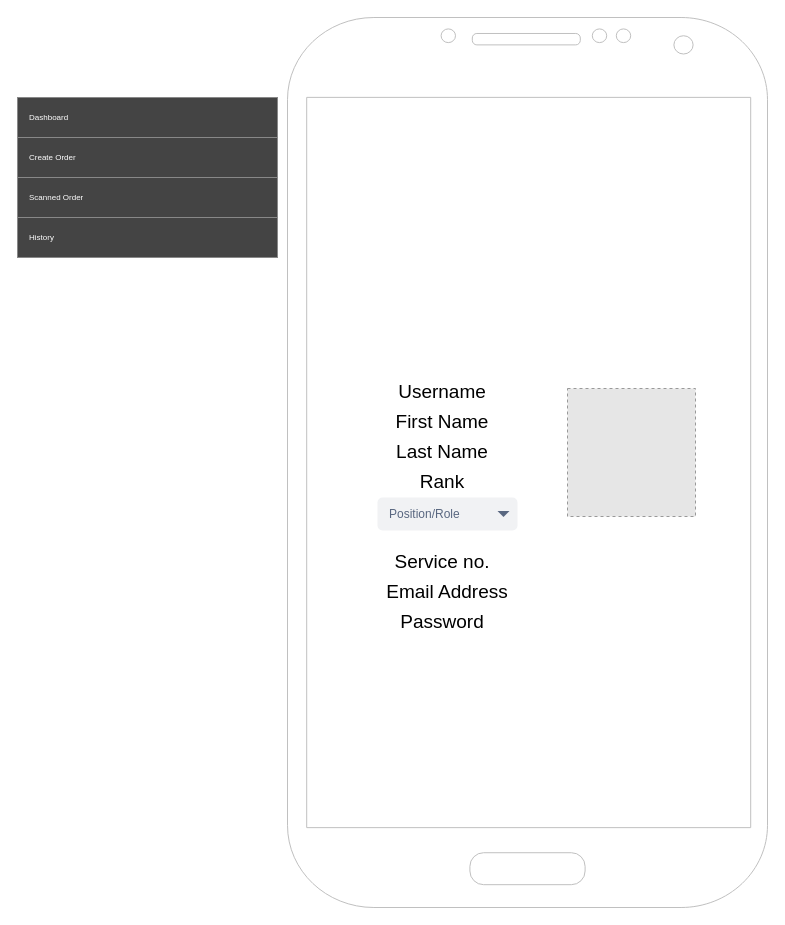
The draw.io diagram page "Registration" (7 of 7) of Documentation/Wireframes/NFS Mobile App.drawio in ThatOneGal/NavyFoodSecurity, before the edit. Source tidied: cells renumbered, new cells numbered last; positions are measured from the earlier drawing's top-left corner, leaving out a move shared by most shapes. Both pictures are drawn from the tidied source at 100%, with x=0, y=0 at pixel (17, 17). Pictures stored in the file or linked from it are replaced by grey dashed boxes.
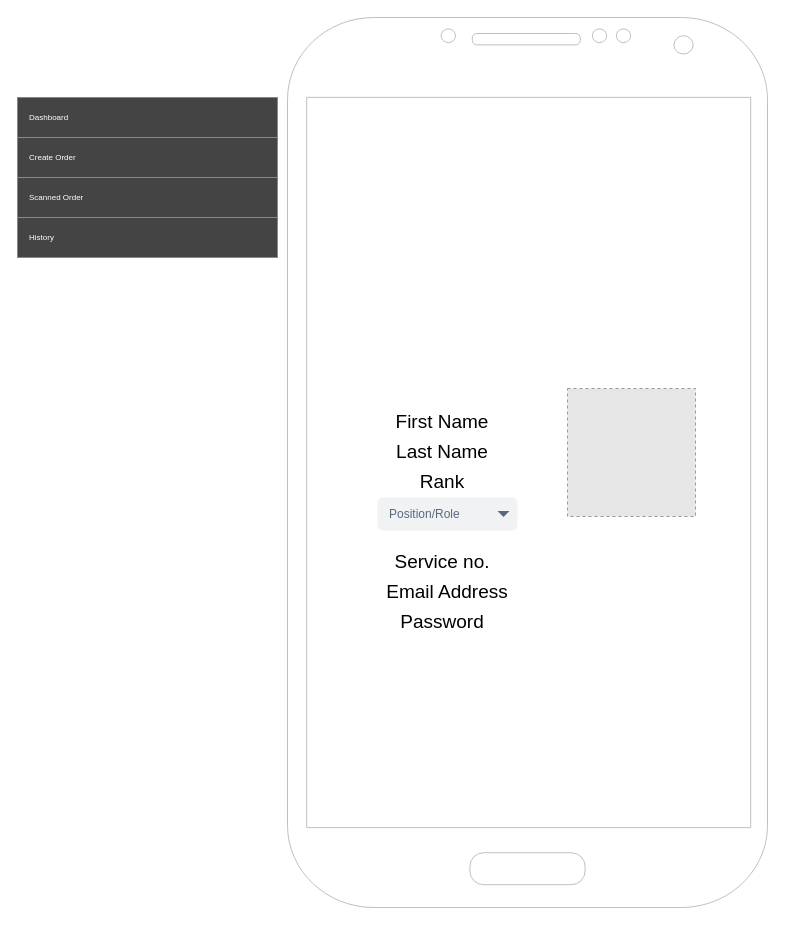
The same diagram, later.

Change to the diagram source:
```diff
@@
 <mxGraphModel>
   <root>
     <mxCell id="0" />
     <mxCell id="1" parent="0" />
     <mxCell id="2" style="verticalLabelPosition=bottom;verticalAlign=top;html=1;shadow=0;dashed=0;strokeWidth=1;shape=mxgraph.android.phone2;strokeColor=#c0c0c0;" parent="1" vertex="1">
       <mxGeometry x="270" width="480" height="890" as="geometry" />
     </mxCell>
     <mxCell id="3" style="strokeWidth=1;html=1;shadow=0;dashed=0;shape=mxgraph.android.rrect;rSize=0;strokeColor=#888888;fillColor=#444444;" parent="1" vertex="1">
       <mxGeometry y="80" width="260" height="160" as="geometry" />
     </mxCell>
     <mxCell id="4" value="Dashboard" style="strokeColor=inherit;fillColor=inherit;gradientColor=inherit;strokeWidth=1;html=1;shadow=0;dashed=0;shape=mxgraph.android.rrect;rSize=0;align=left;spacingLeft=10;fontSize=8;fontColor=#ffffff;" parent="3" vertex="1">
       <mxGeometry width="260" height="40" as="geometry" />
     </mxCell>
     <mxCell id="5" value="Create Order" style="strokeColor=inherit;fillColor=inherit;gradientColor=inherit;strokeWidth=1;html=1;shadow=0;dashed=0;shape=mxgraph.android.rrect;rSize=0;align=left;spacingLeft=10;fontSize=8;fontColor=#ffffff;" parent="3" vertex="1">
       <mxGeometry y="40" width="260" height="40" as="geometry" />
     </mxCell>
     <mxCell id="6" value="Scanned Order" style="strokeColor=inherit;fillColor=inherit;gradientColor=inherit;strokeWidth=1;html=1;shadow=0;dashed=0;shape=mxgraph.android.rrect;rSize=0;align=left;spacingLeft=10;fontSize=8;fontColor=#ffffff;" parent="3" vertex="1">
       <mxGeometry y="80" width="260" height="40" as="geometry" />
     </mxCell>
     <mxCell id="7" value="History" style="strokeColor=inherit;fillColor=inherit;gradientColor=inherit;strokeWidth=1;html=1;shadow=0;dashed=0;shape=mxgraph.android.rrect;rSize=0;align=left;spacingLeft=10;fontSize=8;fontColor=#ffffff;" parent="3" vertex="1">
       <mxGeometry y="120" width="260" height="40" as="geometry" />
     </mxCell>
     <mxCell id="8" style="fillColor=#E6E6E6;strokeColor=#999999;dashed=1;html=1;verticalAlign=top;verticalLabelPosition=bottom;labelBackgroundColor=#ffffff;fontSize=19;" parent="1" vertex="1">
       <mxGeometry x="550" y="371" width="128" height="128" as="geometry" />
     </mxCell>
-    <mxCell id="9" value="Username" style="text;html=1;strokeColor=none;fillColor=none;align=center;verticalAlign=middle;whiteSpace=wrap;rounded=0;fontSize=19;" parent="1" vertex="1">
-      <mxGeometry x="360" y="360" width="130" height="30" as="geometry" />
-    </mxCell>
     <mxCell id="10" value="First Name" style="text;html=1;strokeColor=none;fillColor=none;align=center;verticalAlign=middle;whiteSpace=wrap;rounded=0;fontSize=19;" parent="1" vertex="1">
       <mxGeometry x="360" y="390" width="130" height="30" as="geometry" />
     </mxCell>
     <mxCell id="11" value="Last Name" style="text;html=1;strokeColor=none;fillColor=none;align=center;verticalAlign=middle;whiteSpace=wrap;rounded=0;fontSize=19;" parent="1" vertex="1">
       <mxGeometry x="360" y="420" width="130" height="30" as="geometry" />
     </mxCell>
     <mxCell id="12" value="Rank" style="text;html=1;strokeColor=none;fillColor=none;align=center;verticalAlign=middle;whiteSpace=wrap;rounded=0;fontSize=19;" parent="1" vertex="1">
       <mxGeometry x="360" y="450" width="130" height="30" as="geometry" />
     </mxCell>
     <mxCell id="13" value="Position/Role" style="rounded=1;fillColor=#F1F2F4;strokeColor=none;html=1;fontColor=#596780;align=left;fontSize=12;spacingLeft=10;" parent="1" vertex="1">
       <mxGeometry x="360" y="480" width="140" height="33" as="geometry" />
     </mxCell>
     <mxCell id="14" style="shape=triangle;direction=south;fillColor=#596780;strokeColor=none;html=1;" parent="13" vertex="1">
       <mxGeometry x="1" y="0.5" width="12" height="6" relative="1" as="geometry">
         <mxPoint x="-20" y="-3" as="offset" />
       </mxGeometry>
     </mxCell>
     <mxCell id="15" value="Service no." style="text;html=1;strokeColor=none;fillColor=none;align=center;verticalAlign=middle;whiteSpace=wrap;rounded=0;fontSize=19;" parent="1" vertex="1">
       <mxGeometry x="360" y="530" width="130" height="30" as="geometry" />
     </mxCell>
     <mxCell id="16" value="Email Address" style="text;html=1;strokeColor=none;fillColor=none;align=center;verticalAlign=middle;whiteSpace=wrap;rounded=0;fontSize=19;" parent="1" vertex="1">
       <mxGeometry x="365" y="560" width="130" height="30" as="geometry" />
     </mxCell>
     <mxCell id="17" value="Password" style="text;html=1;strokeColor=none;fillColor=none;align=center;verticalAlign=middle;whiteSpace=wrap;rounded=0;fontSize=19;" parent="1" vertex="1">
       <mxGeometry x="360" y="590" width="130" height="30" as="geometry" />
     </mxCell>
   </root>
 </mxGraphModel>
```
